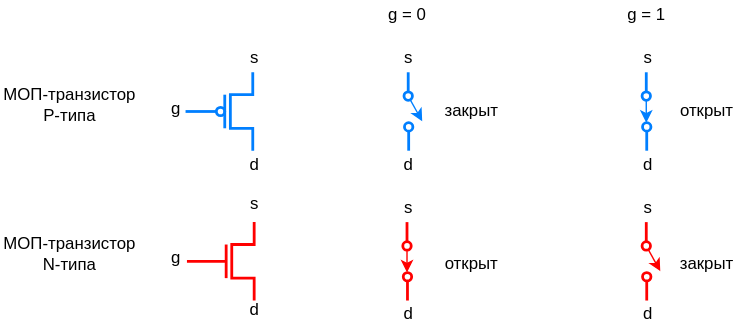
The draw.io diagram .pic/Introduction/How FPGA works/fig_05.drawio.svg in MPSU/APS, before a commit. Source tidied: cells renumbered, new cells last; positions are measured from the earlier drawing's top-left corner, leaving out a move shared by most shapes.
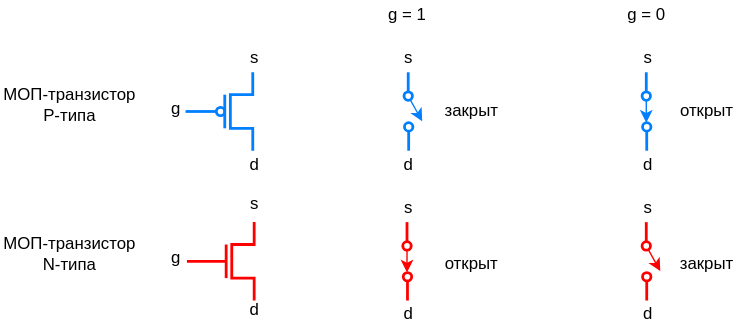
After the change.

Change to the diagram source:
```diff
@@ -80,7 +80,7 @@
     <mxCell id="17" value="d" style="text;html=1;align=center;verticalAlign=middle;whiteSpace=wrap;rounded=0;" parent="1" vertex="1">
       <mxGeometry x="175" y="107" width="13" height="20" as="geometry" />
     </mxCell>
-    <mxCell id="18" value="g = 0" style="text;html=1;align=center;verticalAlign=middle;whiteSpace=wrap;rounded=0;" parent="1" vertex="1">
+    <mxCell id="18" value="g = 1" style="text;html=1;align=center;verticalAlign=middle;whiteSpace=wrap;rounded=0;" parent="1" vertex="1">
       <mxGeometry x="263" width="55" height="20" as="geometry" />
     </mxCell>
     <mxCell id="19" style="endArrow=classic;html=1;rounded=0;strokeWidth=1;jumpSize=5;strokeColor=#FF0000;" parent="1" edge="1">
@@ -155,7 +155,7 @@
         <mxPoint x="290.5" y="197" as="targetPoint" />
       </mxGeometry>
     </mxCell>
-    <mxCell id="31" value="g = 1" style="text;html=1;align=center;verticalAlign=middle;whiteSpace=wrap;rounded=0;" parent="1" vertex="1">
+    <mxCell id="31" value="g = 0" style="text;html=1;align=center;verticalAlign=middle;whiteSpace=wrap;rounded=0;" parent="1" vertex="1">
       <mxGeometry x="434" width="55" height="20" as="geometry" />
     </mxCell>
     <mxCell id="32" value="закрыт" style="text;html=1;align=center;verticalAlign=middle;whiteSpace=wrap;rounded=0;" parent="1" vertex="1">
```
